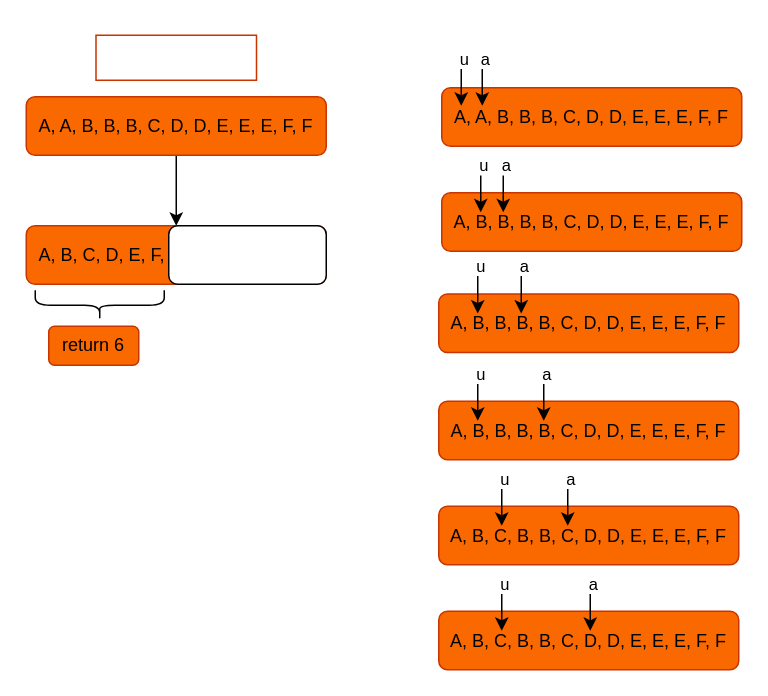
The draw.io diagram remove_dup_sorted_array/main.drawio in meshik/naive-vs-optimal, before the edit. Source tidied: cells renumbered, new cells numbered last; positions are measured from the earlier drawing's top-left corner, leaving out a move shared by most shapes. Both pictures are drawn from the tidied source at 150%, with x=0, y=0 at pixel (26, 34).
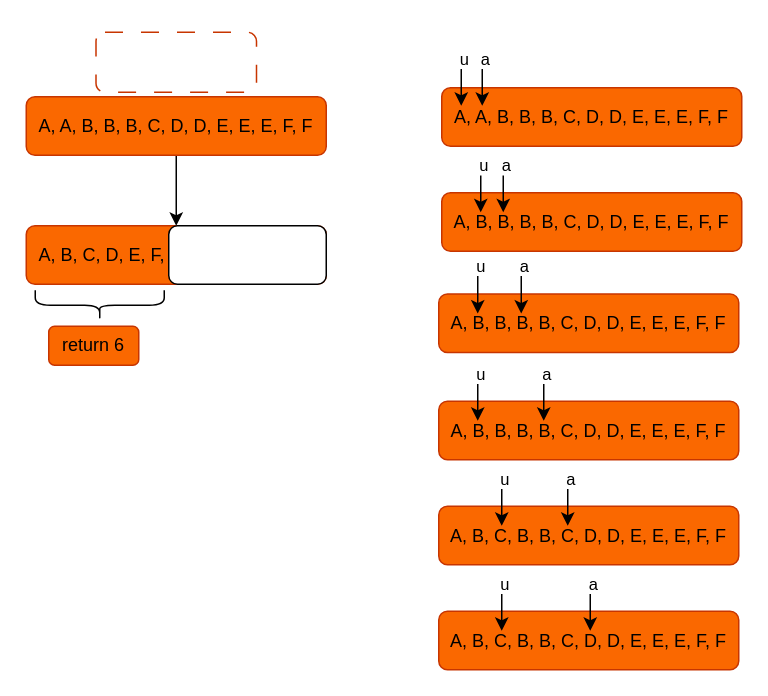
The same page after the edit.

Commit message (it also covers changes not shown here):
i think i'm funny

The edit, as a diff of the source:
```diff
@@
-    <mxCell id="4" value="&lt;font color=&quot;#ffffff&quot; style=&quot;font-size: 36px;&quot;&gt;nums&lt;/font&gt;" style="text;strokeColor=#C73500;align=center;fillColor=none;html=1;verticalAlign=middle;whiteSpace=wrap;rounded=0;fontColor=#000000;shadow=0;" parent="1" vertex="1">
-      <mxGeometry x="46.5" width="107" height="30" as="geometry" />
+    <mxCell id="4" value="&lt;font color=&quot;#ffffff&quot; style=&quot;font-size: 36px;&quot;&gt;sins&lt;/font&gt;" style="text;strokeColor=#C73500;align=center;fillColor=none;html=1;verticalAlign=middle;whiteSpace=wrap;rounded=1;fontColor=#000000;shadow=0;dashed=1;dashPattern=12 12;perimeterSpacing=0;gradientColor=none;strokeWidth=1;" parent="1" vertex="1">
+      <mxGeometry x="46.5" y="-2" width="107" height="40" as="geometry" />
     </mxCell>
```
